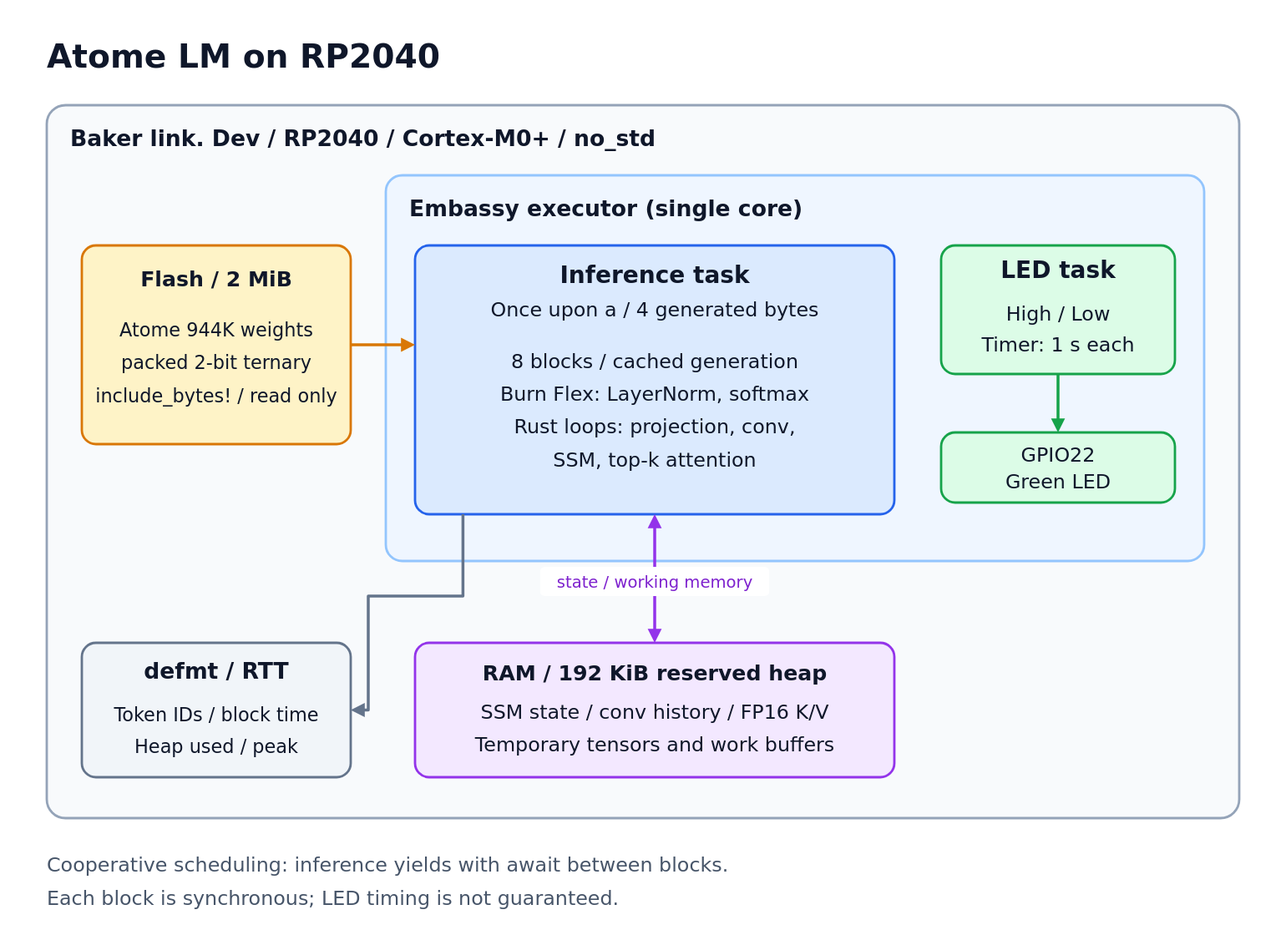
This is images/atome-lm-architecture.svg from Baker-Tanaka/atome_lm_rs, a draw.io export, as it was before one commit. Source tidied: cells renumbered, new cells last; positions are measured from the earlier drawing's top-left corner, leaving out a move shared by most shapes.
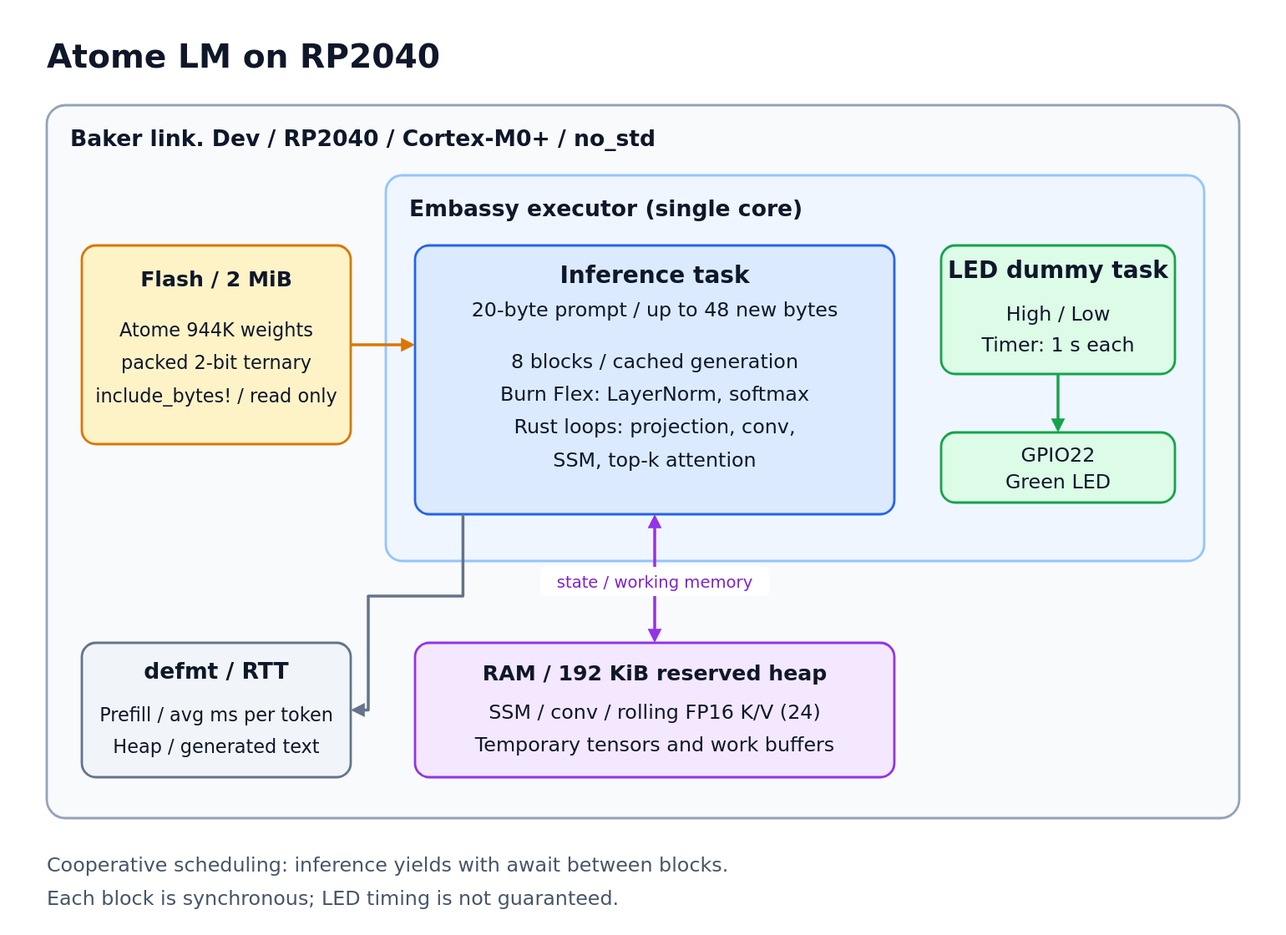
After the change.

Commit message:
Update Atome LM architecture diagram and Zenn article for improved clarity and accuracy

Diff of the diagram source:
```diff
@@ -14,19 +14,19 @@
     <mxCell id="5" value="Flash / 2 MiB&#10;&#10;Atome 944K weights&#10;packed 2-bit ternary&#10;include_bytes! / read only" style="rounded=1;whiteSpace=wrap;html=0;fontFamily=DejaVu Sans;fontSize=16;fillColor=#fef3c7;strokeColor=#d97706;strokeWidth=2;" parent="1" vertex="1">
       <mxGeometry x="30" y="185" width="230" height="170" as="geometry" />
     </mxCell>
-    <mxCell id="6" value="Inference task&#10;Once upon a  /  4 generated bytes&#10;&#10;8 blocks / cached generation&#10;Burn Flex: LayerNorm, softmax&#10;Rust loops: projection, conv,&#10;SSM, top-k attention" style="rounded=1;whiteSpace=wrap;html=0;fontFamily=DejaVu Sans;fontSize=17;fillColor=#dbeafe;strokeColor=#2563eb;strokeWidth=2;" parent="1" vertex="1">
+    <mxCell id="6" value="Inference task&#10;20-byte prompt / up to 48 new bytes&#10;&#10;8 blocks / cached generation&#10;Burn Flex: LayerNorm, softmax&#10;Rust loops: projection, conv,&#10;SSM, top-k attention" style="rounded=1;whiteSpace=wrap;html=0;fontFamily=DejaVu Sans;fontSize=17;fillColor=#dbeafe;strokeColor=#2563eb;strokeWidth=2;" parent="1" vertex="1">
       <mxGeometry x="315" y="185" width="410" height="230" as="geometry" />
     </mxCell>
-    <mxCell id="7" value="LED task&#10;&#10;High / Low&#10;Timer: 1 s each" style="rounded=1;whiteSpace=wrap;html=0;fontFamily=DejaVu Sans;fontSize=17;fillColor=#dcfce7;strokeColor=#16a34a;strokeWidth=2;" parent="1" vertex="1">
+    <mxCell id="7" value="LED dummy task&#10;&#10;High / Low&#10;Timer: 1 s each" style="rounded=1;whiteSpace=wrap;html=0;fontFamily=DejaVu Sans;fontSize=17;fillColor=#dcfce7;strokeColor=#16a34a;strokeWidth=2;" parent="1" vertex="1">
       <mxGeometry x="765" y="185" width="200" height="110" as="geometry" />
     </mxCell>
     <mxCell id="8" value="GPIO22&#10;Green LED" style="rounded=1;whiteSpace=wrap;html=0;fontFamily=DejaVu Sans;fontSize=17;fillColor=#dcfce7;strokeColor=#16a34a;strokeWidth=2;" parent="1" vertex="1">
       <mxGeometry x="765" y="345" width="200" height="60" as="geometry" />
     </mxCell>
-    <mxCell id="9" value="RAM / 192 KiB reserved heap&#10;SSM state / conv history / FP16 K/V&#10;Temporary tensors and work buffers" style="rounded=1;whiteSpace=wrap;html=0;fontFamily=DejaVu Sans;fontSize=17;fillColor=#f3e8ff;strokeColor=#9333ea;strokeWidth=2;" parent="1" vertex="1">
+    <mxCell id="9" value="RAM / 192 KiB reserved heap&#10;SSM / conv history / rolling FP16 K/V (24)&#10;Temporary tensors and work buffers" style="rounded=1;whiteSpace=wrap;html=0;fontFamily=DejaVu Sans;fontSize=17;fillColor=#f3e8ff;strokeColor=#9333ea;strokeWidth=2;" parent="1" vertex="1">
       <mxGeometry x="315" y="525" width="410" height="115" as="geometry" />
     </mxCell>
-    <mxCell id="10" value="defmt / RTT&#10;&#10;Token IDs / block time&#10;Heap used / peak" style="rounded=1;whiteSpace=wrap;html=0;fontFamily=DejaVu Sans;fontSize=16;fillColor=#f1f5f9;strokeColor=#64748b;strokeWidth=2;" parent="1" vertex="1">
+    <mxCell id="10" value="defmt / RTT&#10;&#10;Prefill / avg ms per token&#10;Heap / generated text" style="rounded=1;whiteSpace=wrap;html=0;fontFamily=DejaVu Sans;fontSize=16;fillColor=#f1f5f9;strokeColor=#64748b;strokeWidth=2;" parent="1" vertex="1">
       <mxGeometry x="30" y="525" width="230" height="115" as="geometry" />
     </mxCell>
     <mxCell id="11" style="edgeStyle=orthogonalEdgeStyle;rounded=0;html=0;strokeColor=#d97706;strokeWidth=2;endArrow=block;exitX=1;exitY=0.5;entryX=0;entryY=0.369565;" parent="1" edge="1" source="5" target="6">
```
